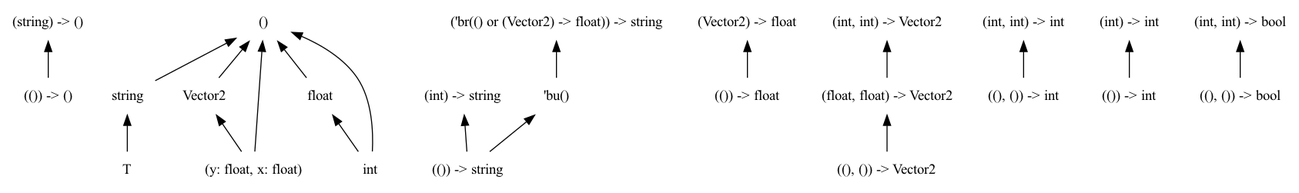
The Graphviz diagram dots/png/14.dot.png in chocobo333/regino, before a commit. Its source is kept beside it as dots/14.dot. Its diagram source:
```dot
digraph order {
  graph [
    size = "30,10"
    ];
  node [
    shape = none
    ];
  edge [
    dir = back
    ];
  "(string) -> ()"
  "('br(float or (Vector2) -> float)) -> 'bq(Bottom, string)"
  "(()) -> ()"
  "string"
  "Vector2"
  "(()) -> 'bq(Bottom, string)"
  "'bu()"
  "(()) -> float"
  "T"
  "'bq(Bottom, string)"
  "((), ()) -> Vector2"
  "(int, int) -> Vector2"
  "((), ()) -> int"
  "(int) -> int"
  "(int, int) -> int"
  "()"
  "(int, int) -> bool"
  "(float, float) -> Vector2"
  "(()) -> string"
  "(Vector2) -> float"
  "(y: float, x: float)"
  "(int) -> string"
  "float"
  "('bq(Bottom, string)) -> ()"
  "(()) -> int"
  "int"
  "((), ()) -> bool"
  "(string) -> ()" -> "(()) -> ()"
  "('br(float or (Vector2) -> float)) -> 'bq(Bottom, string)" -> "'bu()"
  "string" -> "T"
  "string" -> "'bq(Bottom, string)"
  "Vector2" -> "(y: float, x: float)"
  "'bu()" -> "(()) -> 'bq(Bottom, string)"
  "(int, int) -> Vector2" -> "(float, float) -> Vector2"
  "(int) -> int" -> "(()) -> int"
  "(int, int) -> int" -> "((), ()) -> int"
  "()" -> "string"
  "()" -> "Vector2"
  "()" -> "(y: float, x: float)"
  "()" -> "float"
  "()" -> "int"
  "(int, int) -> bool" -> "((), ()) -> bool"
  "(float, float) -> Vector2" -> "((), ()) -> Vector2"
  "(Vector2) -> float" -> "(()) -> float"
  "(int) -> string" -> "(()) -> string"
  "float" -> "int"
  "('bq(Bottom, string)) -> ()" -> "(string) -> ()"
}
```
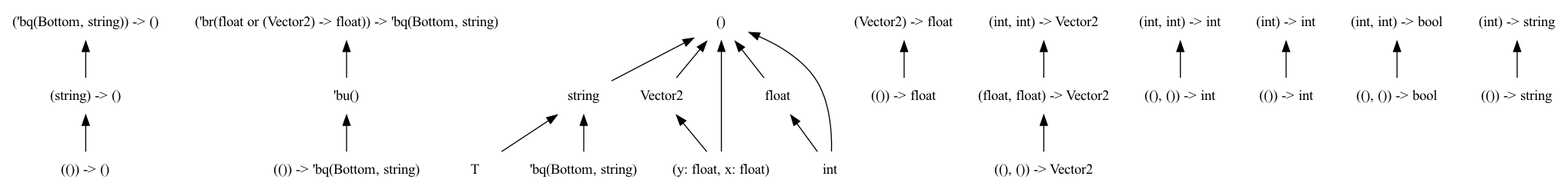
The same diagram one commit later.

What changed in the source:
```diff
@@ -9,50 +9,36 @@
     dir = back
     ];
   "(string) -> ()"
-  "('br(float or (Vector2) -> float)) -> 'bq(Bottom, string)"
   "(()) -> ()"
   "string"
-  "Vector2"
-  "(()) -> 'bq(Bottom, string)"
-  "'bu()"
-  "(()) -> float"
-  "T"
-  "'bq(Bottom, string)"
-  "((), ()) -> Vector2"
-  "(int, int) -> Vector2"
-  "((), ()) -> int"
-  "(int) -> int"
-  "(int, int) -> int"
+  "('o(ptr int, ptr int^ptr ~'u(Bottom, string)), int) -> ~'u(Bottom, string)"
+  "((), ()) -> ~'u(Bottom, string)"
+  "(ptr ~'u(Bottom, string), int) -> ~'u(Bottom, string)"
+  "'u(Bottom, string)"
+  "ptr ~'u(Bottom, string)"
+  "(ptr int, int, int) -> ()"
   "()"
-  "(int, int) -> bool"
-  "(float, float) -> Vector2"
+  "'o(ptr int, ptr int^ptr ~'u(Bottom, string))"
+  "ptr int"
+  "((), (), ()) -> ()"
   "(()) -> string"
-  "(Vector2) -> float"
-  "(y: float, x: float)"
+  "(~'u(Bottom, string)) -> ()"
   "(int) -> string"
-  "float"
-  "('bq(Bottom, string)) -> ()"
-  "(()) -> int"
+  "('o(ptr int, ptr int^ptr ~'u(Bottom, string)), int, int) -> ()"
   "int"
-  "((), ()) -> bool"
   "(string) -> ()" -> "(()) -> ()"
-  "('br(float or (Vector2) -> float)) -> 'bq(Bottom, string)" -> "'bu()"
-  "string" -> "T"
-  "string" -> "'bq(Bottom, string)"
-  "Vector2" -> "(y: float, x: float)"
-  "'bu()" -> "(()) -> 'bq(Bottom, string)"
-  "(int, int) -> Vector2" -> "(float, float) -> Vector2"
-  "(int) -> int" -> "(()) -> int"
-  "(int, int) -> int" -> "((), ()) -> int"
+  "string" -> "'u(Bottom, string)"
+  "('o(ptr int, ptr int^ptr ~'u(Bottom, string)), int) -> ~'u(Bottom, string)" -> "(ptr ~'u(Bottom, string), int) -> ~'u(Bottom, string)"
+  "ptr int" -> "'o(ptr int, ptr int^ptr ~'u(Bottom, string))"
+  "(~'u(Bottom, string)) -> ()" -> "(string) -> ()"
+  "(ptr ~'u(Bottom, string), int) -> ~'u(Bottom, string)" -> "((), ()) -> ~'u(Bottom, string)"
+  "(int) -> string" -> "(()) -> string"
+  "('o(ptr int, ptr int^ptr ~'u(Bottom, string)), int, int) -> ()" -> "(ptr int, int, int) -> ()"
+  "ptr ~'u(Bottom, string)" -> "'o(ptr int, ptr int^ptr ~'u(Bottom, string))"
+  "(ptr int, int, int) -> ()" -> "((), (), ()) -> ()"
   "()" -> "string"
-  "()" -> "Vector2"
-  "()" -> "(y: float, x: float)"
-  "()" -> "float"
+  "()" -> "ptr ~'u(Bottom, string)"
+  "()" -> "ptr int"
   "()" -> "int"
-  "(int, int) -> bool" -> "((), ()) -> bool"
-  "(float, float) -> Vector2" -> "((), ()) -> Vector2"
-  "(Vector2) -> float" -> "(()) -> float"
-  "(int) -> string" -> "(()) -> string"
-  "float" -> "int"
-  "('bq(Bottom, string)) -> ()" -> "(string) -> ()"
+  "'o(ptr int, ptr int^ptr ~'u(Bottom, string))" -> "ptr int"
 }
```
